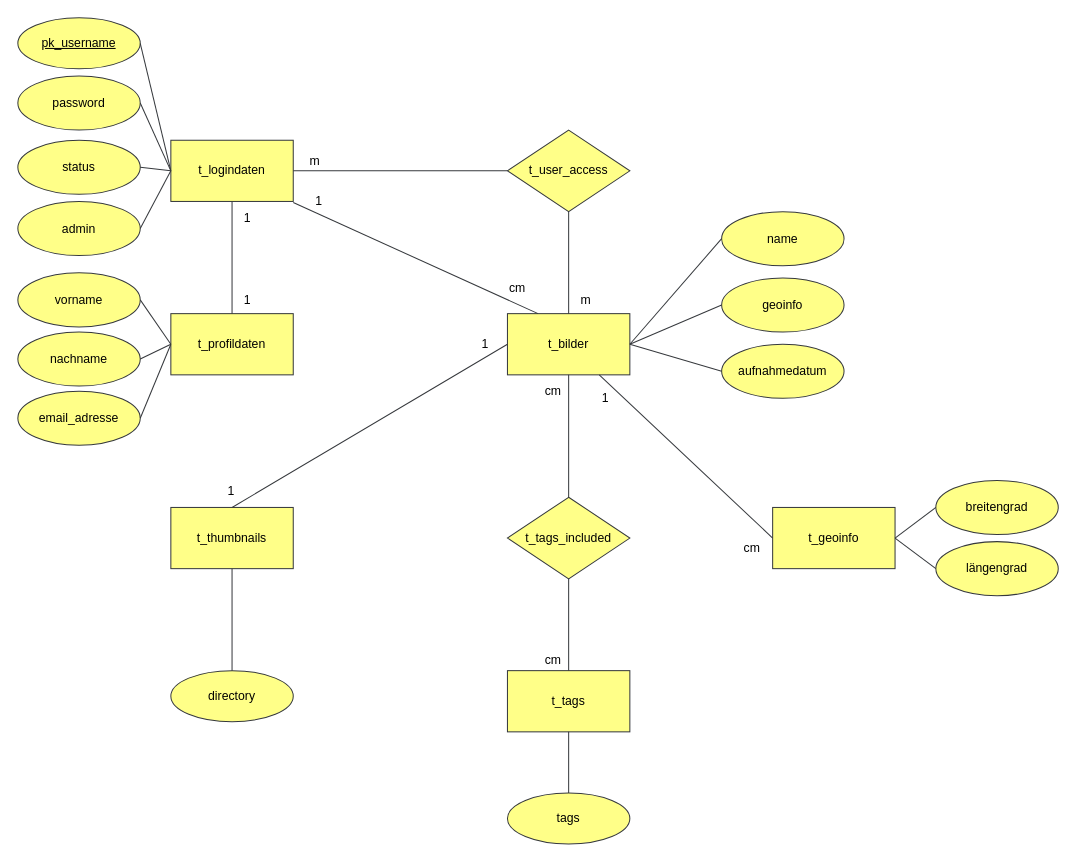
Earlier version of the draw.io diagram WT2_ERM.drawio (mrstexx/FHT_WT2_ImageManagement). Source tidied: cells renumbered, new cells numbered last; positions are measured from the earlier drawing's top-left corner, leaving out a move shared by most shapes. Both pictures are drawn from the tidied source at 102%, with x=0, y=0 at pixel (17, 17).
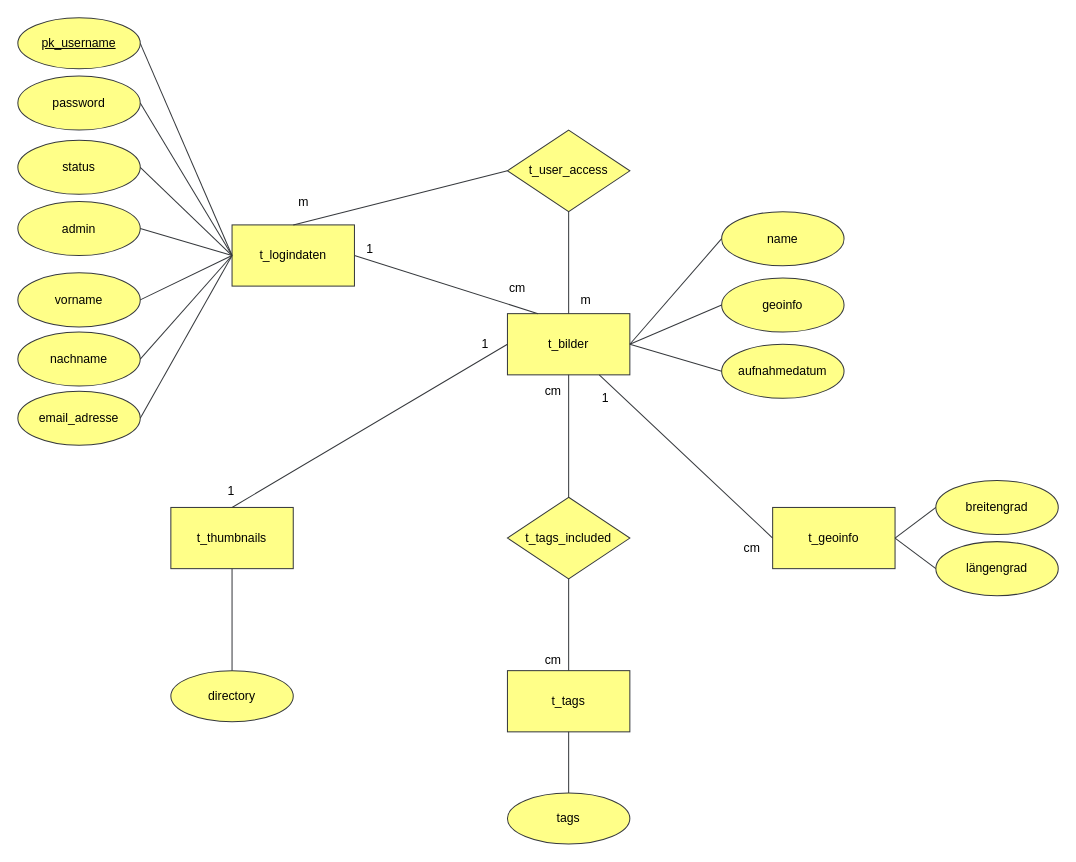
After the change.

The change refers to these unchanged cells:
```xml
<mxCell id="4" value="t_bilder" style="rounded=0;whiteSpace=wrap;html=1;fillColor=#ffff88;strokeColor=#36393d;" parent="1" vertex="1">
  <mxGeometry x="480" y="290" width="120" height="60" as="geometry" />
</mxCell>
<mxCell id="9" value="t_user_access" style="rhombus;whiteSpace=wrap;html=1;fillColor=#ffff88;strokeColor=#36393d;" parent="1" vertex="1">
  <mxGeometry x="480" y="110" width="120" height="80" as="geometry" />
</mxCell>
<mxCell id="36" value="vorname" style="ellipse;whiteSpace=wrap;html=1;fillColor=#ffff88;strokeColor=#36393d;" parent="1" vertex="1">
  <mxGeometry y="250" width="120" height="53" as="geometry" />
</mxCell>
<mxCell id="37" value="nachname" style="ellipse;whiteSpace=wrap;html=1;fillColor=#ffff88;strokeColor=#36393d;" parent="1" vertex="1">
  <mxGeometry y="308" width="120" height="53" as="geometry" />
</mxCell>
<mxCell id="38" value="email_adresse" style="ellipse;whiteSpace=wrap;html=1;fillColor=#ffff88;strokeColor=#36393d;" parent="1" vertex="1">
  <mxGeometry y="366" width="120" height="53" as="geometry" />
</mxCell>
```

The edit, as a diff of the source:
```diff
@@
-    <mxCell id="2" value="t_profildaten" style="rounded=0;whiteSpace=wrap;html=1;fillColor=#ffff88;strokeColor=#36393d;" parent="1" vertex="1">
-      <mxGeometry x="150" y="290" width="120" height="60" as="geometry" />
-    </mxCell>
     <mxCell id="3" value="t_logindaten" style="rounded=0;whiteSpace=wrap;html=1;fillColor=#ffff88;strokeColor=#36393d;" parent="1" vertex="1">
-      <mxGeometry x="150" y="120" width="120" height="60" as="geometry" />
+      <mxGeometry x="210" y="203" width="120" height="60" as="geometry" />
     </mxCell>
@@
-    <mxCell id="18" style="endArrow=none;html=1;entryX=0.25;entryY=0;entryDx=0;entryDy=0;exitX=1;exitY=1.017;exitDx=0;exitDy=0;exitPerimeter=0;fillColor=#ffff88;strokeColor=#36393d;" parent="1" edge="1" source="3" target="4">
+    <mxCell id="18" style="endArrow=none;html=1;entryX=0.25;entryY=0;entryDx=0;entryDy=0;exitX=1;exitY=0.5;exitDx=0;exitDy=0;fillColor=#ffff88;strokeColor=#36393d;" parent="1" edge="1" source="3" target="4">
       <mxGeometry relative="1" as="geometry" />
     </mxCell>
@@
-    <mxCell id="20" style="endArrow=none;html=1;entryX=0;entryY=0.5;entryDx=0;entryDy=0;exitX=1;exitY=0.5;exitDx=0;exitDy=0;fillColor=#ffff88;strokeColor=#36393d;" parent="1" edge="1" source="3" target="9">
+    <mxCell id="20" style="endArrow=none;html=1;entryX=0;entryY=0.5;entryDx=0;entryDy=0;exitX=0.5;exitY=0;exitDx=0;exitDy=0;fillColor=#ffff88;strokeColor=#36393d;" parent="1" edge="1" source="3" target="9">
       <mxGeometry relative="1" as="geometry" />
     </mxCell>
     <mxCell id="21" value="m" style="text;html=1;align=center;verticalAlign=middle;labelBackgroundColor=#ffffff;" parent="20" vertex="1">
       <mxGeometry x="-0.84" y="1" relative="1" as="geometry">
-        <mxPoint x="3" y="-9" as="offset" />
+        <mxPoint x="-7" y="-17.5" as="offset" />
       </mxGeometry>
     </mxCell>
@@
-    <mxCell id="35" style="endArrow=none;html=1;entryX=0.5;entryY=1;entryDx=0;entryDy=0;exitX=0.5;exitY=0;exitDx=0;exitDy=0;fillColor=#ffff88;strokeColor=#36393d;" parent="1" edge="1" source="2" target="3">
-      <mxGeometry relative="1" as="geometry" />
-    </mxCell>
@@
-    <mxCell id="39" style="endArrow=none;html=1;entryX=1;entryY=0.5;entryDx=0;entryDy=0;exitX=0;exitY=0.5;exitDx=0;exitDy=0;fillColor=#ffff88;strokeColor=#36393d;" parent="1" edge="1" source="2" target="36">
+    <mxCell id="39" style="endArrow=none;html=1;entryX=1;entryY=0.5;entryDx=0;entryDy=0;exitX=0;exitY=0.5;exitDx=0;exitDy=0;fillColor=#ffff88;strokeColor=#36393d;" parent="1" edge="1" source="3" target="36">
       <mxGeometry relative="1" as="geometry" />
     </mxCell>
-    <mxCell id="40" style="endArrow=none;html=1;entryX=1;entryY=0.5;entryDx=0;entryDy=0;exitX=0;exitY=0.5;exitDx=0;exitDy=0;fillColor=#ffff88;strokeColor=#36393d;" parent="1" edge="1" source="2" target="37">
+    <mxCell id="40" style="endArrow=none;html=1;entryX=1;entryY=0.5;entryDx=0;entryDy=0;exitX=0;exitY=0.5;exitDx=0;exitDy=0;fillColor=#ffff88;strokeColor=#36393d;" parent="1" edge="1" source="3" target="37">
       <mxGeometry relative="1" as="geometry" />
     </mxCell>
-    <mxCell id="41" style="endArrow=none;html=1;entryX=1;entryY=0.5;entryDx=0;entryDy=0;exitX=0;exitY=0.5;exitDx=0;exitDy=0;fillColor=#ffff88;strokeColor=#36393d;" parent="1" edge="1" source="2" target="38">
+    <mxCell id="41" style="endArrow=none;html=1;entryX=1;entryY=0.5;entryDx=0;entryDy=0;exitX=0;exitY=0.5;exitDx=0;exitDy=0;fillColor=#ffff88;strokeColor=#36393d;" parent="1" edge="1" source="3" target="38">
       <mxGeometry relative="1" as="geometry" />
     </mxCell>
@@
     <mxCell id="48" value="1" style="text;html=1;align=left;verticalAlign=top;spacingTop=-4;" parent="1" vertex="1">
-      <mxGeometry x="290" y="170" width="20" height="20" as="geometry" />
+      <mxGeometry x="340" y="216.5" width="20" height="20" as="geometry" />
     </mxCell>
@@
-    <mxCell id="50" value="1" style="text;html=1;align=left;verticalAlign=top;spacingTop=-4;" parent="1" vertex="1">
-      <mxGeometry x="220" y="186.5" width="20" height="20" as="geometry" />
-    </mxCell>
-    <mxCell id="51" value="1" style="text;html=1;align=left;verticalAlign=top;spacingTop=-4;" parent="1" vertex="1">
-      <mxGeometry x="220" y="266.5" width="20" height="20" as="geometry" />
-    </mxCell>
```
